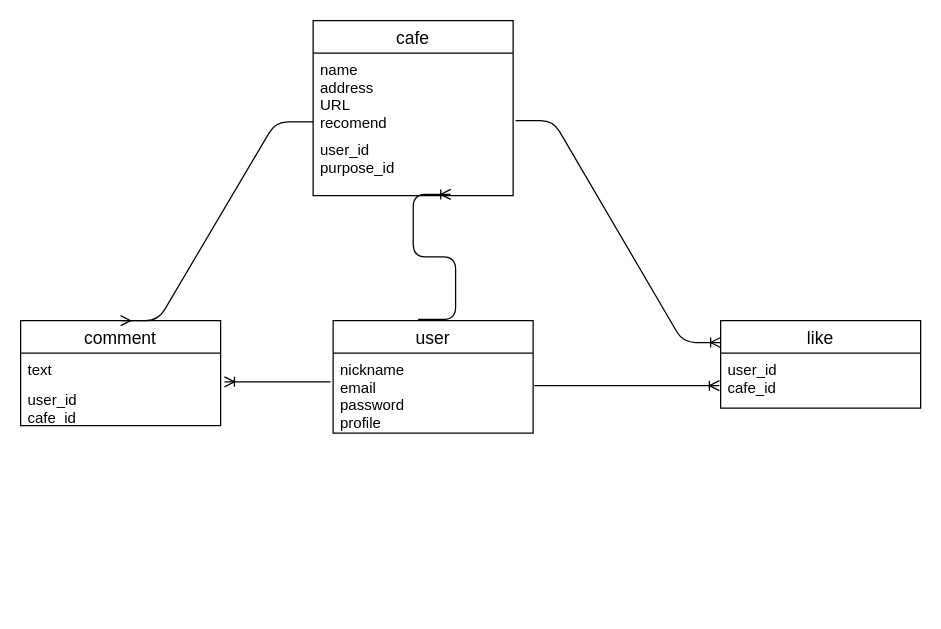
teru-sei/repos keeps this draw.io diagram as er.dio. Above is the earlier version. Source tidied: cells renumbered, new cells numbered last; positions are measured from the earlier drawing's top-left corner, leaving out a move shared by most shapes. Both pictures are drawn from the tidied source at 125%, with x=0, y=0 at pixel (20, 20).
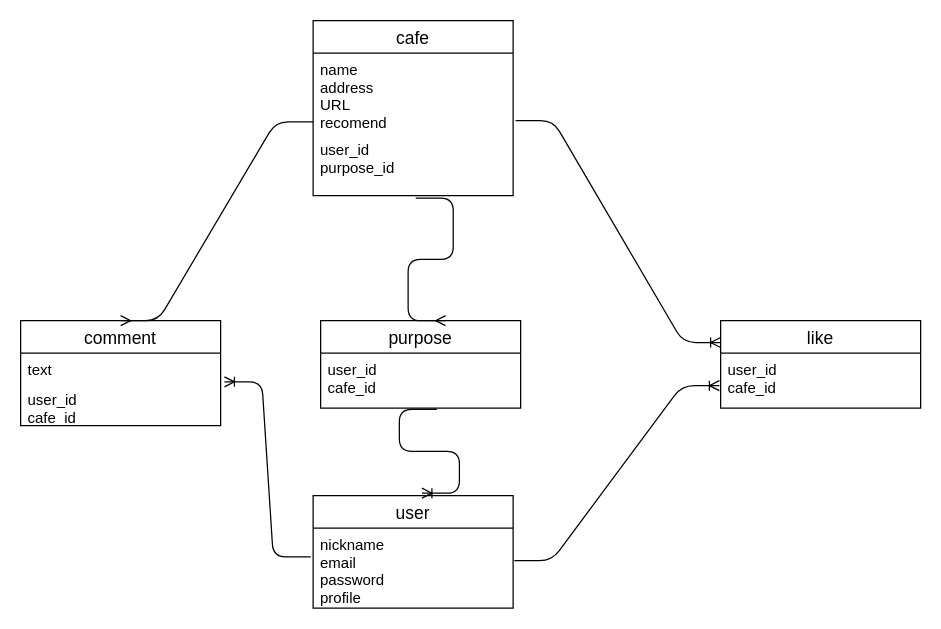
Above is the later version.

The change refers to these unchanged cells:
```xml
<mxCell id="4" value="user_id&#10;purpose_id" style="text;strokeColor=none;fillColor=none;spacingLeft=4;spacingRight=4;overflow=hidden;points=[[0,0.5],[1,0.5]];portConstraint=eastwest;fontSize=12;" parent="2" vertex="1">
  <mxGeometry y="90" width="160" height="50" as="geometry" />
</mxCell>
```

Change to the diagram source:
```diff
@@
     <mxCell id="5" value="user" style="swimlane;fontStyle=0;horizontal=1;startSize=26;align=center;fontSize=14;" parent="1" vertex="1">
-      <mxGeometry x="250" y="240" width="160" height="90" as="geometry" />
+      <mxGeometry x="234" y="380" width="160" height="90" as="geometry" />
     </mxCell>
@@
-    <mxCell id="16" style="edgeStyle=entityRelationEdgeStyle;fontSize=12;html=1;endArrow=ERoneToMany;entryX=0.688;entryY=0.98;entryDx=0;entryDy=0;entryPerimeter=0;" parent="1" edge="1" target="4">
-      <mxGeometry relative="1" as="geometry">
-        <mxPoint x="318" y="239" as="sourcePoint" />
-      </mxGeometry>
-    </mxCell>
+    <mxCell id="17" value="purpose" style="swimlane;fontStyle=0;horizontal=1;startSize=26;align=center;fontSize=14;" parent="1" vertex="1">
+      <mxGeometry x="240" y="240" width="160" height="70" as="geometry" />
+    </mxCell>
+    <mxCell id="18" style="edgeStyle=entityRelationEdgeStyle;fontSize=12;html=1;endArrow=ERmany;exitX=0.513;exitY=1.04;exitDx=0;exitDy=0;exitPerimeter=0;" parent="17" edge="1" source="4">
+      <mxGeometry relative="1" as="geometry">
+        <mxPoint x="100" as="targetPoint" />
+      </mxGeometry>
+    </mxCell>
+    <mxCell id="19" value="user_id&#10;cafe_id" style="text;strokeColor=none;fillColor=none;spacingLeft=4;spacingRight=4;overflow=hidden;points=[[0,0.5],[1,0.5]];portConstraint=eastwest;fontSize=12;" parent="17" vertex="1">
+      <mxGeometry y="26" width="160" height="44" as="geometry" />
+    </mxCell>
+    <mxCell id="20" style="edgeStyle=entityRelationEdgeStyle;fontSize=12;html=1;endArrow=ERoneToMany;exitX=0.581;exitY=1.023;exitDx=0;exitDy=0;exitPerimeter=0;entryX=0.544;entryY=-0.022;entryDx=0;entryDy=0;entryPerimeter=0;" parent="1" edge="1" source="19" target="5">
+      <mxGeometry relative="1" as="geometry" />
+    </mxCell>
```
